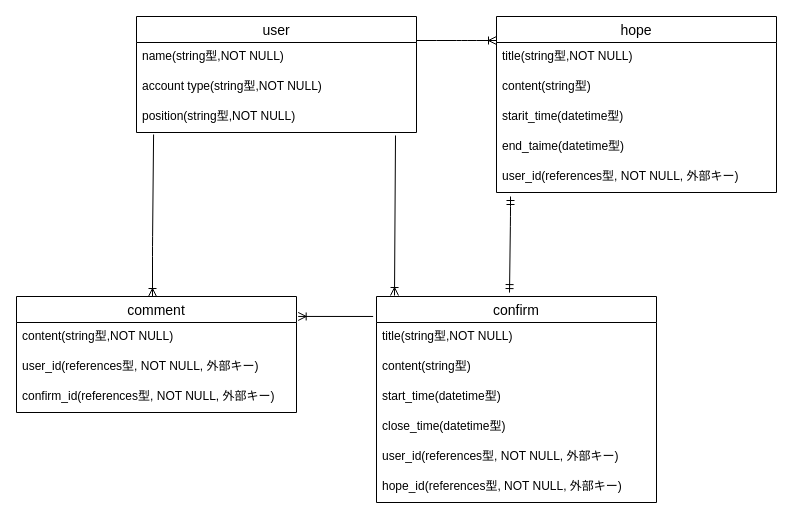
Before: page "ER図" (1 of 2) of waps_ER図.dio in graphite01/waps, a draw.io diagram. Source tidied: cells renumbered, new cells numbered last; positions are measured from the earlier drawing's top-left corner, leaving out a move shared by most shapes. Both pictures are drawn from the tidied source at 100%, with x=0, y=0 at pixel (16, 16).
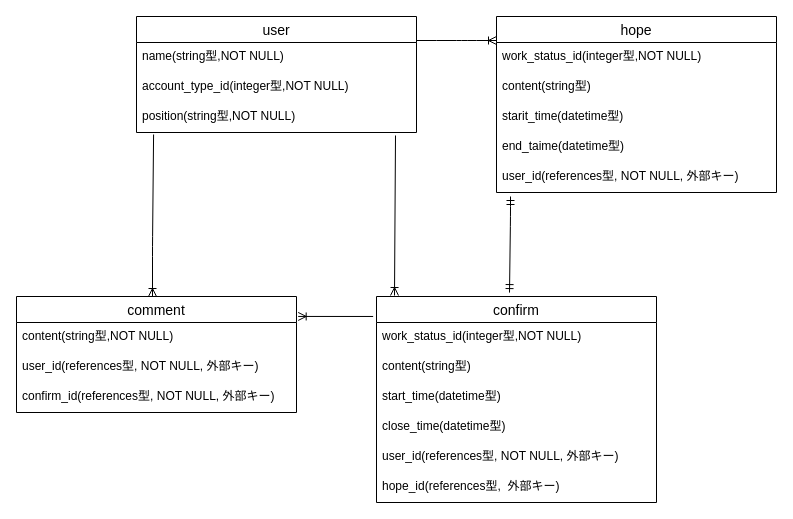
The same page after the edit.

Commit message (it also covers changes not shown here):
README&EE図&画面遷移図の修正

The change refers to these unchanged cells:
```xml
<mxCell id="2" value="user" style="swimlane;fontStyle=0;horizontal=1;startSize=26;align=center;fontSize=14;" parent="1" vertex="1">
  <mxGeometry x="120" width="280" height="116" as="geometry" />
</mxCell>
<mxCell id="6" value="confirm" style="swimlane;fontStyle=0;horizontal=1;startSize=26;align=center;fontSize=14;" parent="1" vertex="1">
  <mxGeometry x="360" y="280" width="280" height="206" as="geometry" />
</mxCell>
<mxCell id="13" value="hope" style="swimlane;fontStyle=0;horizontal=1;startSize=26;align=center;fontSize=14;" parent="1" vertex="1">
  <mxGeometry x="480" width="280" height="176" as="geometry" />
</mxCell>
```

What changed in the source:
```diff
@@
-    <mxCell id="4" value="account type(string型,NOT NULL)" style="text;strokeColor=none;fillColor=none;spacingLeft=4;spacingRight=4;overflow=hidden;fontSize=12;" parent="2" vertex="1">
+    <mxCell id="4" value="account_type_id(integer型,NOT NULL)" style="text;strokeColor=none;fillColor=none;spacingLeft=4;spacingRight=4;overflow=hidden;fontSize=12;" parent="2" vertex="1">
       <mxGeometry y="56" width="280" height="30" as="geometry" />
     </mxCell>
@@
-    <mxCell id="7" value="title(string型,NOT NULL)" style="text;strokeColor=none;fillColor=none;spacingLeft=4;spacingRight=4;overflow=hidden;fontSize=12;" parent="6" vertex="1">
+    <mxCell id="7" value="work_status_id(integer型,NOT NULL)" style="text;strokeColor=none;fillColor=none;spacingLeft=4;spacingRight=4;overflow=hidden;fontSize=12;" parent="6" vertex="1">
       <mxGeometry y="26" width="280" height="30" as="geometry" />
     </mxCell>
@@
-    <mxCell id="12" value="hope_id(references型, NOT NULL, 外部キー)" style="text;strokeColor=none;fillColor=none;spacingLeft=4;spacingRight=4;overflow=hidden;fontSize=12;" parent="6" vertex="1">
+    <mxCell id="12" value="hope_id(references型,  外部キー)" style="text;strokeColor=none;fillColor=none;spacingLeft=4;spacingRight=4;overflow=hidden;fontSize=12;" parent="6" vertex="1">
       <mxGeometry y="176" width="280" height="30" as="geometry" />
     </mxCell>
@@
-    <mxCell id="14" value="title(string型,NOT NULL)" style="text;strokeColor=none;fillColor=none;spacingLeft=4;spacingRight=4;overflow=hidden;fontSize=12;" parent="13" vertex="1">
+    <mxCell id="14" value="work_status_id(integer型,NOT NULL)" style="text;strokeColor=none;fillColor=none;spacingLeft=4;spacingRight=4;overflow=hidden;fontSize=12;" parent="13" vertex="1">
       <mxGeometry y="26" width="280" height="30" as="geometry" />
     </mxCell>
```
